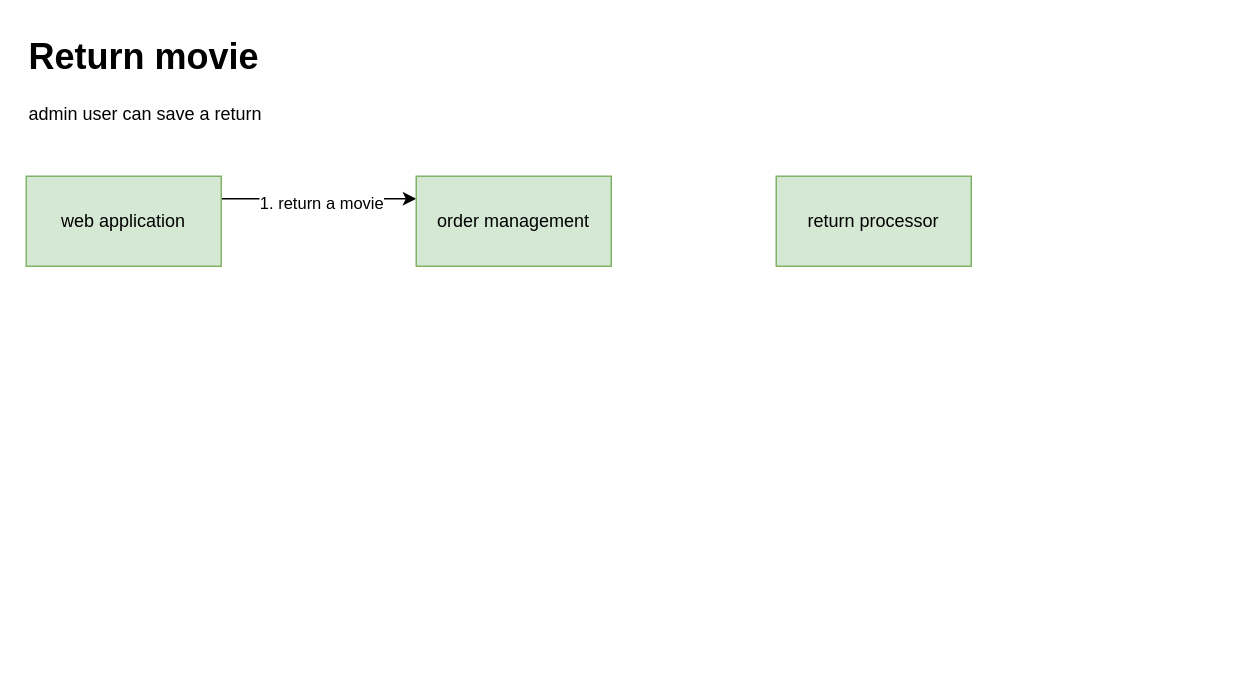
This is workflows/return_movie.drawio from movies-albrains/.github, a draw.io file, before an edit. Source tidied: cells renumbered, new cells numbered last; positions are measured from the earlier drawing's top-left corner, leaving out a move shared by most shapes. Both pictures are drawn from the tidied source at 150%, with x=0, y=0 at pixel (26, 26).
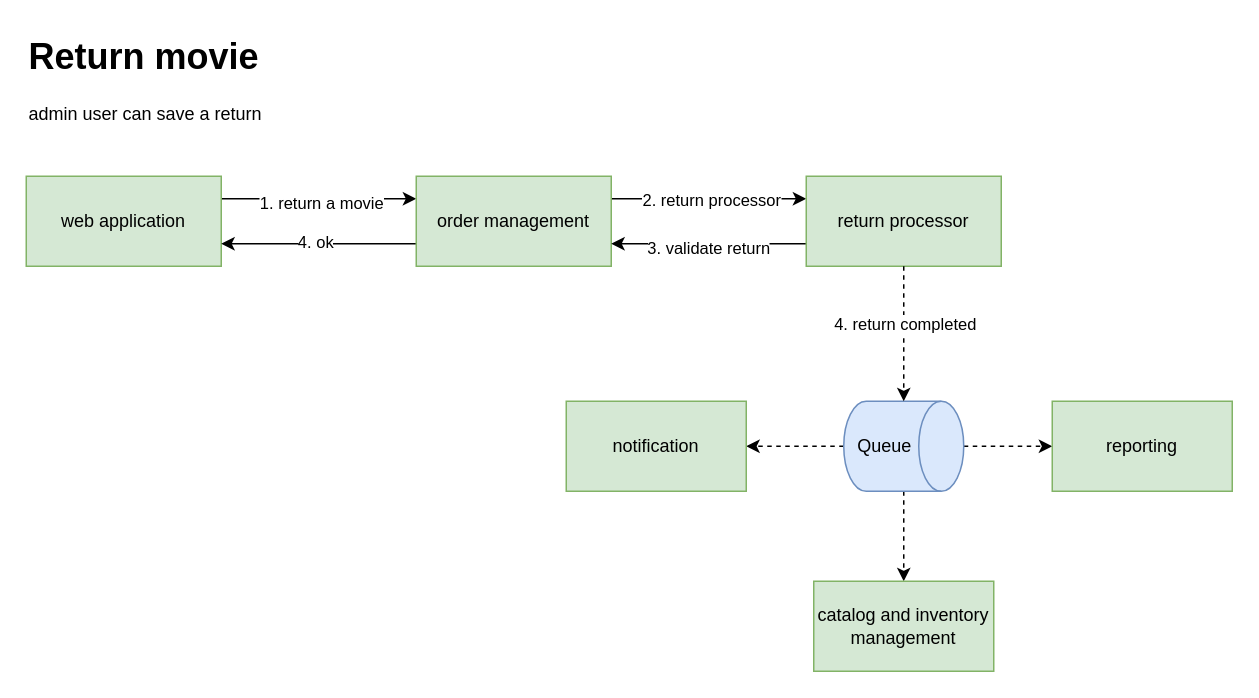
Above is the later version.

Commit message:
Mettre à jour return_movie.drawio

The change refers to these unchanged cells:
```xml
<mxCell id="4" value="web application" style="rounded=0;whiteSpace=wrap;html=1;fillColor=#d5e8d4;strokeColor=#82b366;" parent="1" vertex="1">
  <mxGeometry y="100" width="130" height="60" as="geometry" />
</mxCell>
<mxCell id="6" value="order management" style="rounded=0;whiteSpace=wrap;html=1;fillColor=#d5e8d4;strokeColor=#82b366;" parent="1" vertex="1">
  <mxGeometry x="260" y="100" width="130" height="60" as="geometry" />
</mxCell>
```

The edit, as a diff of the source:
```diff
@@
+    <mxCell id="8" style="edgeStyle=orthogonalEdgeStyle;rounded=0;jettySize=auto;html=1;exitX=1;exitY=0.25;exitDx=0;exitDy=0;entryX=0;entryY=0.25;entryDx=0;entryDy=0;" parent="1" edge="1" source="6" target="7">
+      <mxGeometry relative="1" as="geometry" />
+    </mxCell>
+    <mxCell id="9" value="2. return processor" style="edgeLabel;html=1;align=center;verticalAlign=middle;" parent="8" vertex="1">
+      <mxGeometry x="0.02" relative="1" as="geometry" />
+    </mxCell>
+    <mxCell id="10" style="edgeStyle=orthogonalEdgeStyle;rounded=0;jettySize=auto;html=1;exitX=0;exitY=0.75;exitDx=0;exitDy=0;entryX=1;entryY=0.75;entryDx=0;entryDy=0;" parent="1" edge="1" source="6" target="4">
+      <mxGeometry relative="1" as="geometry" />
+    </mxCell>
+    <mxCell id="11" value="4. ok" style="edgeLabel;html=1;align=center;verticalAlign=middle;" parent="10" vertex="1">
+      <mxGeometry x="0.05" y="-2" relative="1" as="geometry" />
+    </mxCell>
@@
+    <mxCell id="12" style="edgeStyle=orthogonalEdgeStyle;rounded=0;jettySize=auto;html=1;exitX=0;exitY=0.75;exitDx=0;exitDy=0;entryX=1;entryY=0.75;entryDx=0;entryDy=0;" parent="1" edge="1" source="7" target="6">
+      <mxGeometry relative="1" as="geometry" />
+    </mxCell>
+    <mxCell id="13" value="3. validate return" style="edgeLabel;html=1;align=center;verticalAlign=middle;" parent="12" vertex="1">
+      <mxGeometry x="0.02" y="2" relative="1" as="geometry" />
+    </mxCell>
     <mxCell id="7" value="return processor" style="rounded=0;whiteSpace=wrap;html=1;fillColor=#d5e8d4;strokeColor=#82b366;" parent="1" vertex="1">
-      <mxGeometry x="500" y="100" width="130" height="60" as="geometry" />
+      <mxGeometry x="520" y="100" width="130" height="60" as="geometry" />
     </mxCell>
+    <mxCell id="14" style="edgeStyle=orthogonalEdgeStyle;rounded=0;jettySize=auto;html=1;entryX=0.5;entryY=0;entryDx=0;entryDy=0;dashed=1;" parent="1" edge="1" source="17" target="21">
+      <mxGeometry relative="1" as="geometry" />
+    </mxCell>
+    <mxCell id="15" style="edgeStyle=orthogonalEdgeStyle;rounded=0;jettySize=auto;html=1;exitX=0.5;exitY=1;exitDx=0;exitDy=0;exitPerimeter=0;entryX=1;entryY=0.5;entryDx=0;entryDy=0;dashed=1;" parent="1" edge="1" source="17" target="20">
+      <mxGeometry relative="1" as="geometry" />
+    </mxCell>
+    <mxCell id="16" style="edgeStyle=orthogonalEdgeStyle;rounded=0;jettySize=auto;html=1;dashed=1;" parent="1" edge="1" source="17" target="22">
+      <mxGeometry relative="1" as="geometry" />
+    </mxCell>
+    <mxCell id="17" value="Queue" style="shape=cylinder3;whiteSpace=wrap;html=1;boundedLbl=1;backgroundOutline=1;size=15;direction=south;fillColor=#dae8fc;strokeColor=#6c8ebf;" parent="1" vertex="1">
+      <mxGeometry x="545" y="250" width="80" height="60" as="geometry" />
+    </mxCell>
+    <mxCell id="18" style="edgeStyle=orthogonalEdgeStyle;rounded=0;jettySize=auto;html=1;entryX=0;entryY=0.5;entryDx=0;entryDy=0;entryPerimeter=0;dashed=1;" parent="1" edge="1" source="7" target="17">
+      <mxGeometry relative="1" as="geometry" />
+    </mxCell>
+    <mxCell id="19" value="4. return completed" style="edgeLabel;html=1;align=center;verticalAlign=middle;" parent="18" vertex="1">
+      <mxGeometry x="-0.16" relative="1" as="geometry" />
+    </mxCell>
+    <mxCell id="20" value="notification" style="whiteSpace=wrap;html=1;fillColor=#d5e8d4;strokeColor=#82b366;rounded=0;" parent="1" vertex="1">
+      <mxGeometry x="360" y="250" width="120" height="60" as="geometry" />
+    </mxCell>
+    <mxCell id="21" value="catalog and inventory management" style="whiteSpace=wrap;html=1;fillColor=#d5e8d4;strokeColor=#82b366;rounded=0;" parent="1" vertex="1">
+      <mxGeometry x="525" y="370" width="120" height="60" as="geometry" />
+    </mxCell>
+    <mxCell id="22" value="reporting" style="whiteSpace=wrap;html=1;fillColor=#d5e8d4;strokeColor=#82b366;rounded=0;" parent="1" vertex="1">
+      <mxGeometry x="684" y="250" width="120" height="60" as="geometry" />
+    </mxCell>
```
